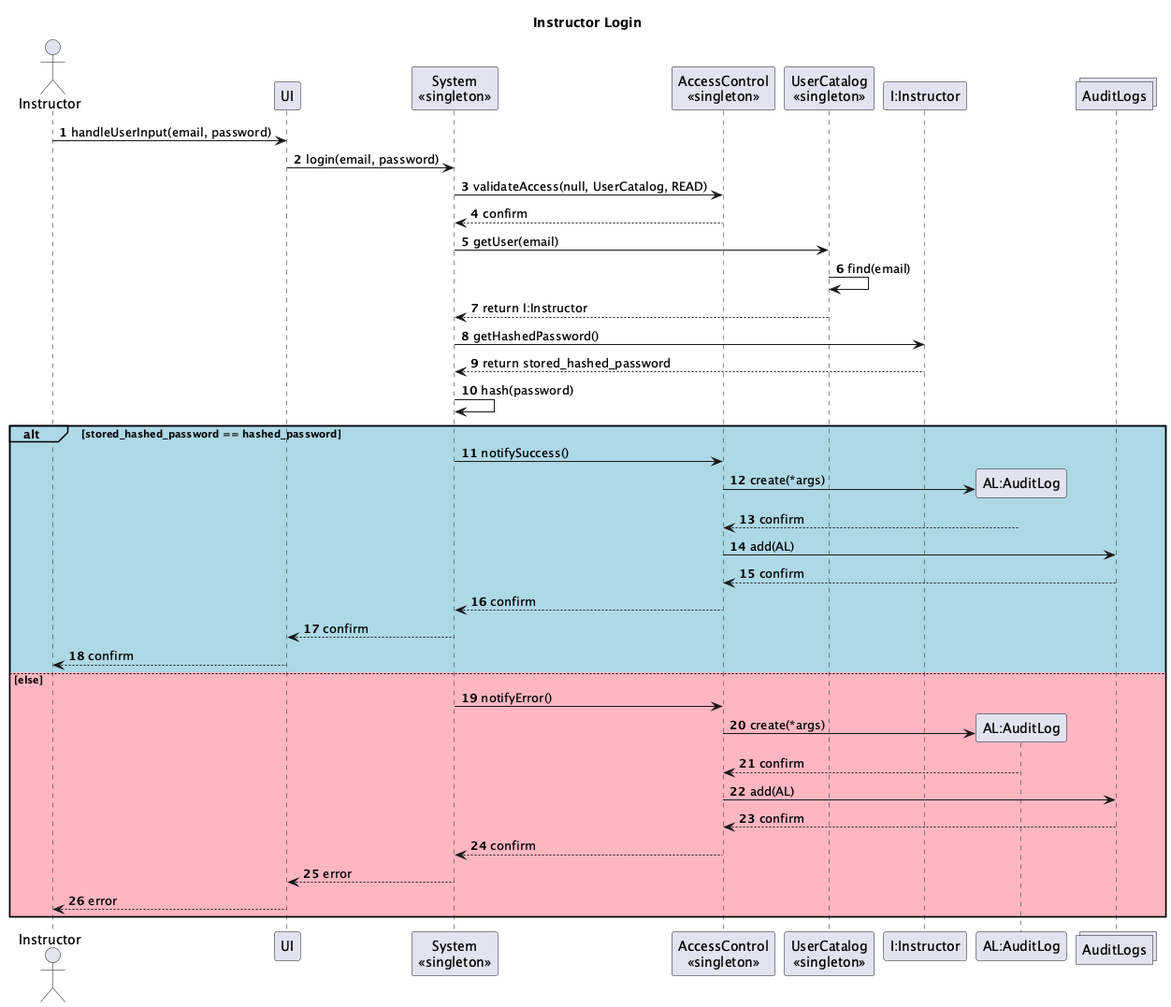
Before: System-Diagrams/UML Interaction/Instructor/Instructor-Interactions_001.png, a diagram exported from PlantUML (vibqetowi/soen-342-project).
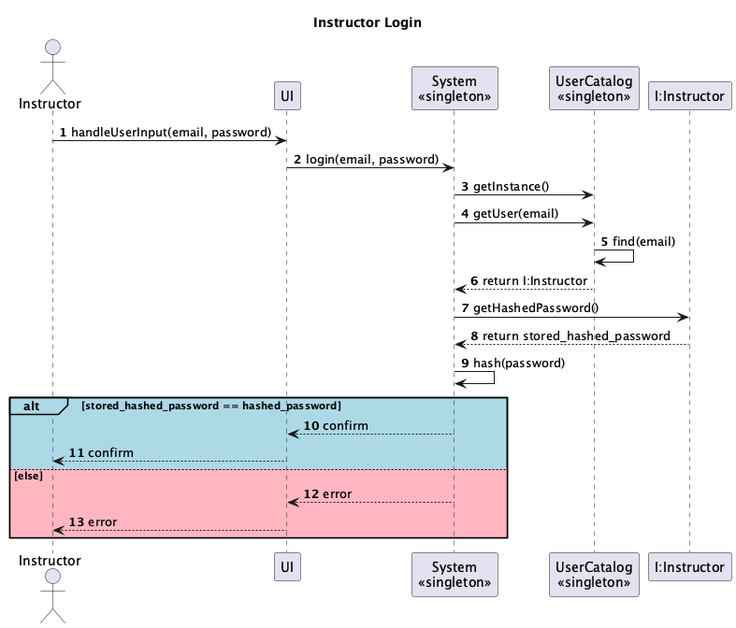
The same diagram one commit later.

The edit, as a diff of the source:
```diff
@@ -2,11 +2,8 @@
 actor Instructor
 participant UI
 participant "System\n<<singleton>>" as System
-participant "AccessControl\n<<singleton>>" as AccessControl
 participant "UserCatalog\n<<singleton>>" as UserCatalog
 participant "I:Instructor" as User
-participant "AL:AuditLog" as AuditLog
-collections AuditLogs
 
 title Instructor Login
 
@@ -15,9 +12,7 @@
 Instructor -> UI: handleUserInput(email, password)
 UI -> System: login(email, password)
 
-System -> AccessControl: validateAccess(null, UserCatalog, READ)
-AccessControl --> System: confirm
-
+System -> UserCatalog: getInstance()
 System -> UserCatalog: getUser(email)
 UserCatalog -> UserCatalog: find(email)
 UserCatalog --> System: return I:Instructor
@@ -27,21 +22,9 @@
 System -> System: hash(password)
 
 alt#LightBlue #LightBlue stored_hashed_password == hashed_password
-    System -> AccessControl: notifySuccess()
-    AccessControl -> AuditLog **: create(*args)
-    AuditLog --> AccessControl: confirm
-    AccessControl -> AuditLogs: add(AL)
-    AuditLogs --> AccessControl: confirm
-    AccessControl --> System: confirm
     System --> UI: confirm
     UI --> Instructor: confirm
 else #LightPink else
-    System -> AccessControl: notifyError()
-    AccessControl -> AuditLog **: create(*args)
-    AuditLog --> AccessControl: confirm
-    AccessControl -> AuditLogs: add(AL)
-    AuditLogs --> AccessControl: confirm
-    AccessControl --> System: confirm
     System --> UI: error
     UI --> Instructor: error
 end
```
